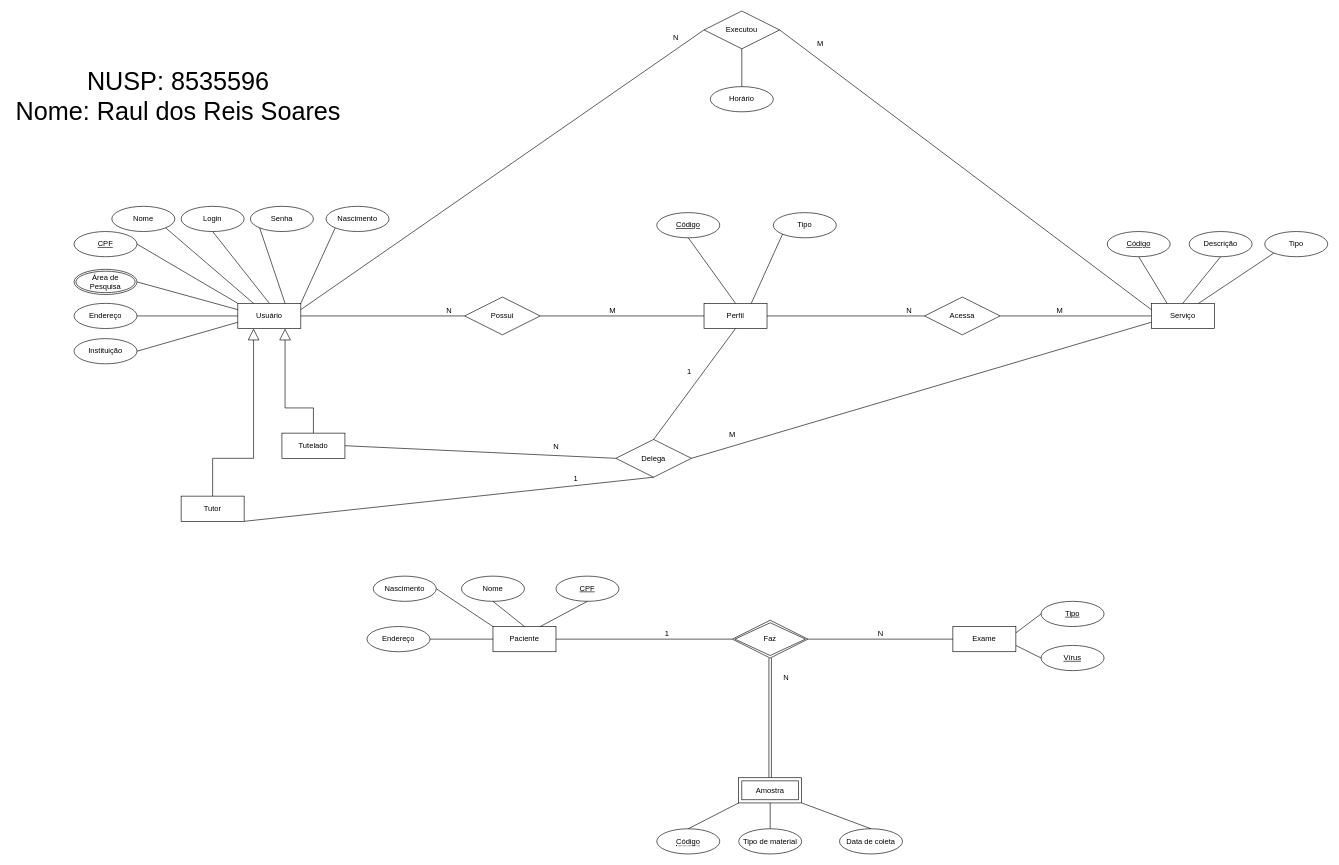
RaulReisS/EPMAC0350 keeps this draw.io diagram as Modelo Conceitual.drawio. Above is the earlier version. Source tidied: cells renumbered, new cells numbered last; positions are measured from the earlier drawing's top-left corner, leaving out a move shared by most shapes. Both pictures are drawn from the tidied source at 63%, with x=0, y=0 at pixel (11, 11).
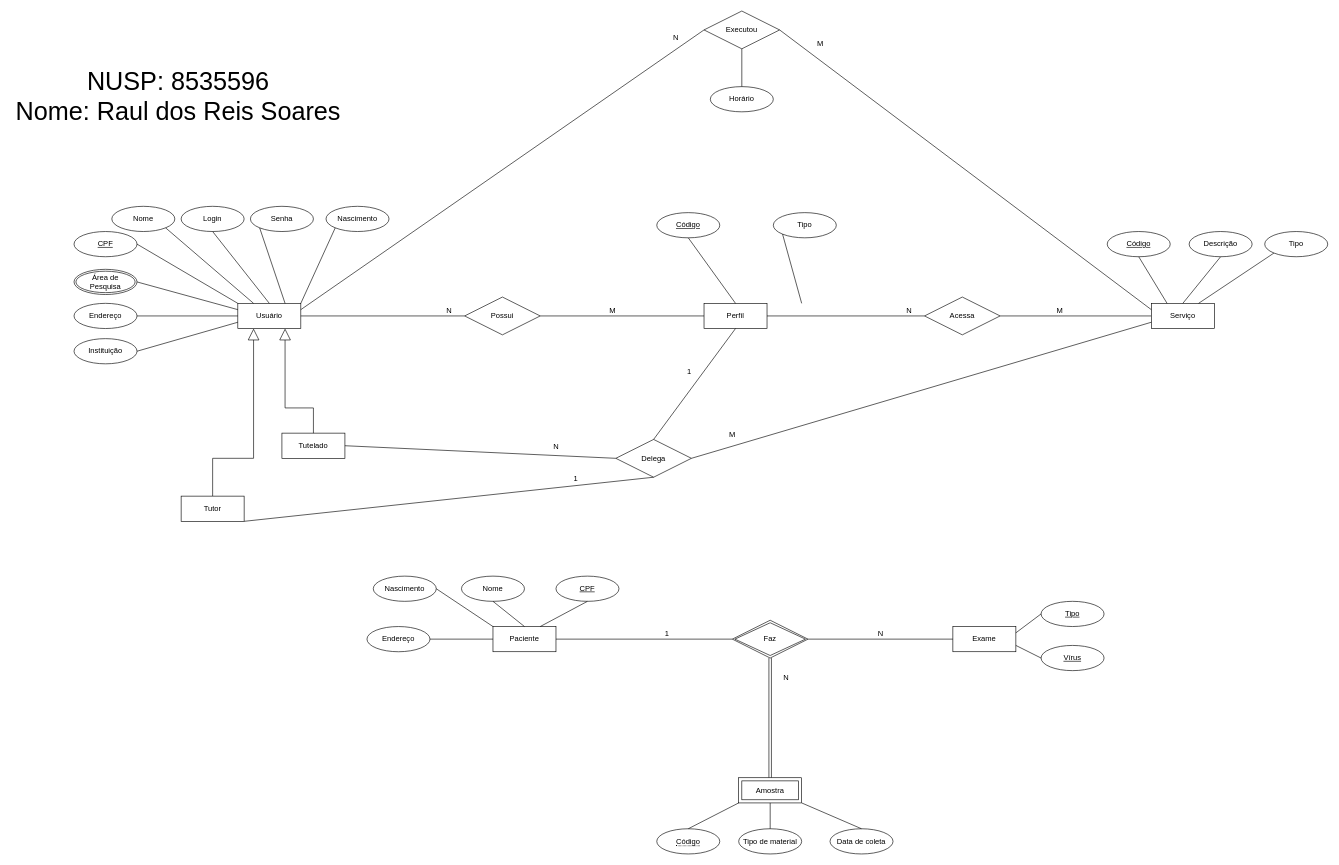
After the change.

Commit message:
Ajustes de posição de alguns elementos

Unchanged cells that the change refers to:
```xml
<mxCell id="23" value="Perfil" style="whiteSpace=wrap;html=1;align=center;" parent="1" vertex="1">
  <mxGeometry x="1100" y="464" width="100" height="40" as="geometry" />
</mxCell>
<mxCell id="88" value="Tipo" style="ellipse;whiteSpace=wrap;html=1;align=center;" parent="1" vertex="1">
  <mxGeometry x="1210" y="320" width="100" height="40" as="geometry" />
</mxCell>
```

The edit, as a diff of the source:
```diff
@@
     <mxCell id="71" value="Data de coleta" style="ellipse;whiteSpace=wrap;html=1;align=center;" parent="1" vertex="1">
-      <mxGeometry x="1315" y="1298" width="100" height="40" as="geometry" />
+      <mxGeometry x="1300" y="1298" width="100" height="40" as="geometry" />
     </mxCell>
@@
-    <mxCell id="89" style="endArrow=none;html=1;rounded=0;entryX=0;entryY=1;entryDx=0;entryDy=0;exitX=0.75;exitY=0;exitDx=0;exitDy=0;" parent="1" edge="1" source="23" target="88">
-      <mxGeometry relative="1" as="geometry" />
+    <mxCell id="89" style="endArrow=none;html=1;rounded=0;entryX=0;entryY=1;entryDx=0;entryDy=0;exitX=0.5;exitY=0;exitDx=0;exitDy=0;" parent="1" edge="1" target="88">
+      <mxGeometry relative="1" as="geometry">
+        <mxPoint x="1255" y="464" as="sourcePoint" />
+      </mxGeometry>
     </mxCell>
```
